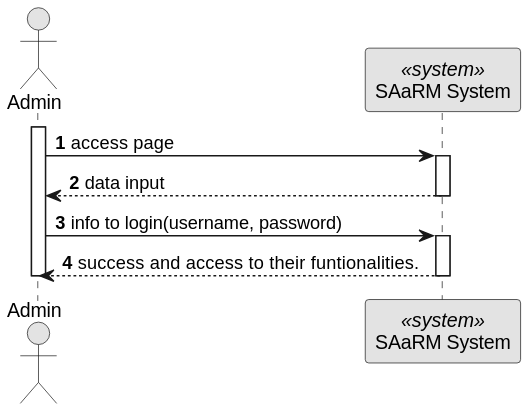
Ana-Miguel-Silva/SurgicalAppointmentAndResourceManagement keeps this PlantUML diagram as docs/BackofficeModule/7.2.7/sequence-diagram-1.svg. Above is the earlier version.
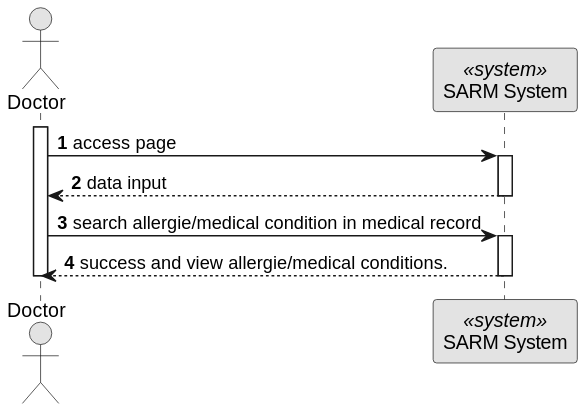
The same diagram one commit later.

Diff of the diagram source:
```diff
@@ -5,17 +5,17 @@
 
 autonumber
 
-actor "Admin" as AD
-participant "SAaRM System" as SYS <<system>>
+actor "Doctor" as AD
+participant "SARM System" as SYS <<system>>
 
 activate AD
 AD -> SYS: access page
 activate SYS
 SYS --> AD : data input
 deactivate SYS
-AD -> SYS : info to login(username, password)
+AD -> SYS : search allergie/medical condition in medical record
 activate SYS
-SYS --> AD : success and access to their funtionalities.
+SYS --> AD : success and view allergie/medical conditions.
 
 deactivate SYS
 
```
